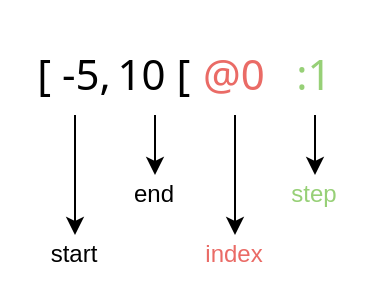
hpc-maths/samurai keeps this draw.io diagram as page "Page-1" (1 of 3) of doc/source/tutorial/figures/interval.drawio. Above is the earlier version. Source tidied: cells renumbered, new cells numbered last; positions are measured from the earlier drawing's top-left corner, leaving out a move shared by most shapes. Both pictures are drawn from the tidied source at 200%, with x=0, y=0 at pixel (34, 34).
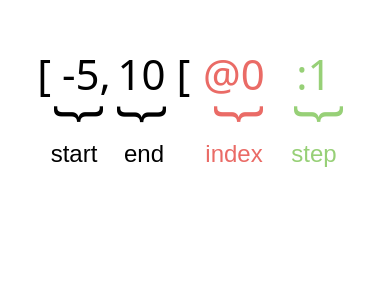
The same diagram, later.

Change to the diagram source:
```diff
@@
 <mxGraphModel>
   <root>
     <mxCell id="0" />
     <mxCell id="1" parent="0" />
-    <mxCell id="2" style="edgeStyle=orthogonalEdgeStyle;rounded=0;jettySize=auto;html=1;exitX=0.5;exitY=1;exitDx=0;exitDy=0;fontFamily=Tahoma;fontSize=21;" parent="1" edge="1" source="3" target="10">
-      <mxGeometry relative="1" as="geometry" />
-    </mxCell>
     <mxCell id="3" value="[ -5," style="text;html=1;strokeColor=none;fillColor=none;align=center;verticalAlign=middle;whiteSpace=wrap;rounded=0;fontSize=21;fontFamily=Tahoma;" parent="1" vertex="1">
       <mxGeometry width="40" height="40" as="geometry" />
     </mxCell>
-    <mxCell id="4" style="edgeStyle=orthogonalEdgeStyle;rounded=0;jettySize=auto;html=1;exitX=0.5;exitY=1;exitDx=0;exitDy=0;fontFamily=Tahoma;fontSize=21;" parent="1" edge="1" source="5" target="11">
-      <mxGeometry relative="1" as="geometry" />
-    </mxCell>
     <mxCell id="5" value="10 [" style="text;html=1;strokeColor=none;fillColor=none;align=center;verticalAlign=middle;whiteSpace=wrap;rounded=0;fontSize=21;fontFamily=Tahoma;" parent="1" vertex="1">
       <mxGeometry x="40" width="40" height="40" as="geometry" />
     </mxCell>
-    <mxCell id="6" style="edgeStyle=orthogonalEdgeStyle;rounded=0;jettySize=auto;html=1;exitX=0.5;exitY=1;exitDx=0;exitDy=0;fontFamily=Tahoma;fontSize=21;" parent="1" edge="1" source="7" target="13">
-      <mxGeometry relative="1" as="geometry" />
-    </mxCell>
     <mxCell id="7" value="@0" style="text;html=1;strokeColor=none;fillColor=none;align=center;verticalAlign=middle;whiteSpace=wrap;rounded=0;fontSize=21;fontFamily=Tahoma;fontColor=#EA6B66;" parent="1" vertex="1">
       <mxGeometry x="80" width="40" height="40" as="geometry" />
     </mxCell>
-    <mxCell id="8" style="edgeStyle=orthogonalEdgeStyle;rounded=0;jettySize=auto;html=1;exitX=0.5;exitY=1;exitDx=0;exitDy=0;fontFamily=Tahoma;fontSize=21;" parent="1" edge="1" source="9" target="12">
-      <mxGeometry relative="1" as="geometry" />
-    </mxCell>
     <mxCell id="9" value=":1" style="text;html=1;strokeColor=none;fillColor=none;align=center;verticalAlign=middle;whiteSpace=wrap;rounded=0;fontSize=21;fontFamily=Tahoma;fontColor=#97D077;" parent="1" vertex="1">
       <mxGeometry x="120" width="40" height="40" as="geometry" />
     </mxCell>
     <mxCell id="10" value="start" style="text;html=1;strokeColor=none;fillColor=none;align=center;verticalAlign=middle;whiteSpace=wrap;rounded=0;" parent="1" vertex="1">
-      <mxGeometry y="100" width="40" height="20" as="geometry" />
+      <mxGeometry y="50" width="40" height="20" as="geometry" />
     </mxCell>
     <mxCell id="11" value="end" style="text;html=1;strokeColor=none;fillColor=none;align=center;verticalAlign=middle;whiteSpace=wrap;rounded=0;" parent="1" vertex="1">
-      <mxGeometry x="40" y="70" width="40" height="20" as="geometry" />
+      <mxGeometry x="35" y="50" width="40" height="20" as="geometry" />
     </mxCell>
     <mxCell id="12" value="step" style="text;html=1;strokeColor=none;fillColor=none;align=center;verticalAlign=middle;whiteSpace=wrap;rounded=0;fontColor=#97D077;" parent="1" vertex="1">
-      <mxGeometry x="120" y="70" width="40" height="20" as="geometry" />
+      <mxGeometry x="120" y="50" width="40" height="20" as="geometry" />
     </mxCell>
     <mxCell id="13" value="index" style="text;html=1;strokeColor=none;fillColor=none;align=center;verticalAlign=middle;whiteSpace=wrap;rounded=0;fontColor=#EA6B66;" parent="1" vertex="1">
-      <mxGeometry x="80" y="100" width="40" height="20" as="geometry" />
+      <mxGeometry x="80" y="50" width="40" height="20" as="geometry" />
     </mxCell>
+    <mxCell id="14" value="{" style="text;html=1;strokeColor=none;fillColor=none;align=center;verticalAlign=middle;whiteSpace=wrap;rounded=0;fontSize=26;rotation=-90;" parent="1" vertex="1">
+      <mxGeometry y="30" width="40" height="20" as="geometry" />
+    </mxCell>
+    <mxCell id="15" value="{" style="text;html=1;strokeColor=none;fillColor=none;align=center;verticalAlign=middle;whiteSpace=wrap;rounded=0;fontSize=26;rotation=-90;" parent="1" vertex="1">
+      <mxGeometry x="31.2" y="16.2" width="40" height="47.5" as="geometry" />
+    </mxCell>
+    <mxCell id="16" value="{" style="text;html=1;strokeColor=none;fillColor=none;align=center;verticalAlign=middle;whiteSpace=wrap;rounded=0;fontSize=26;rotation=-90;fontColor=#EA6B66;" parent="1" vertex="1">
+      <mxGeometry x="80" y="20" width="40" height="40" as="geometry" />
+    </mxCell>
+    <mxCell id="17" value="{" style="text;html=1;strokeColor=none;fillColor=none;align=center;verticalAlign=middle;whiteSpace=wrap;rounded=0;fontSize=26;rotation=-90;fontColor=#97D077;" parent="1" vertex="1">
+      <mxGeometry x="120" y="30" width="40" height="20" as="geometry" />
+    </mxCell>
   </root>
 </mxGraphModel>
```
